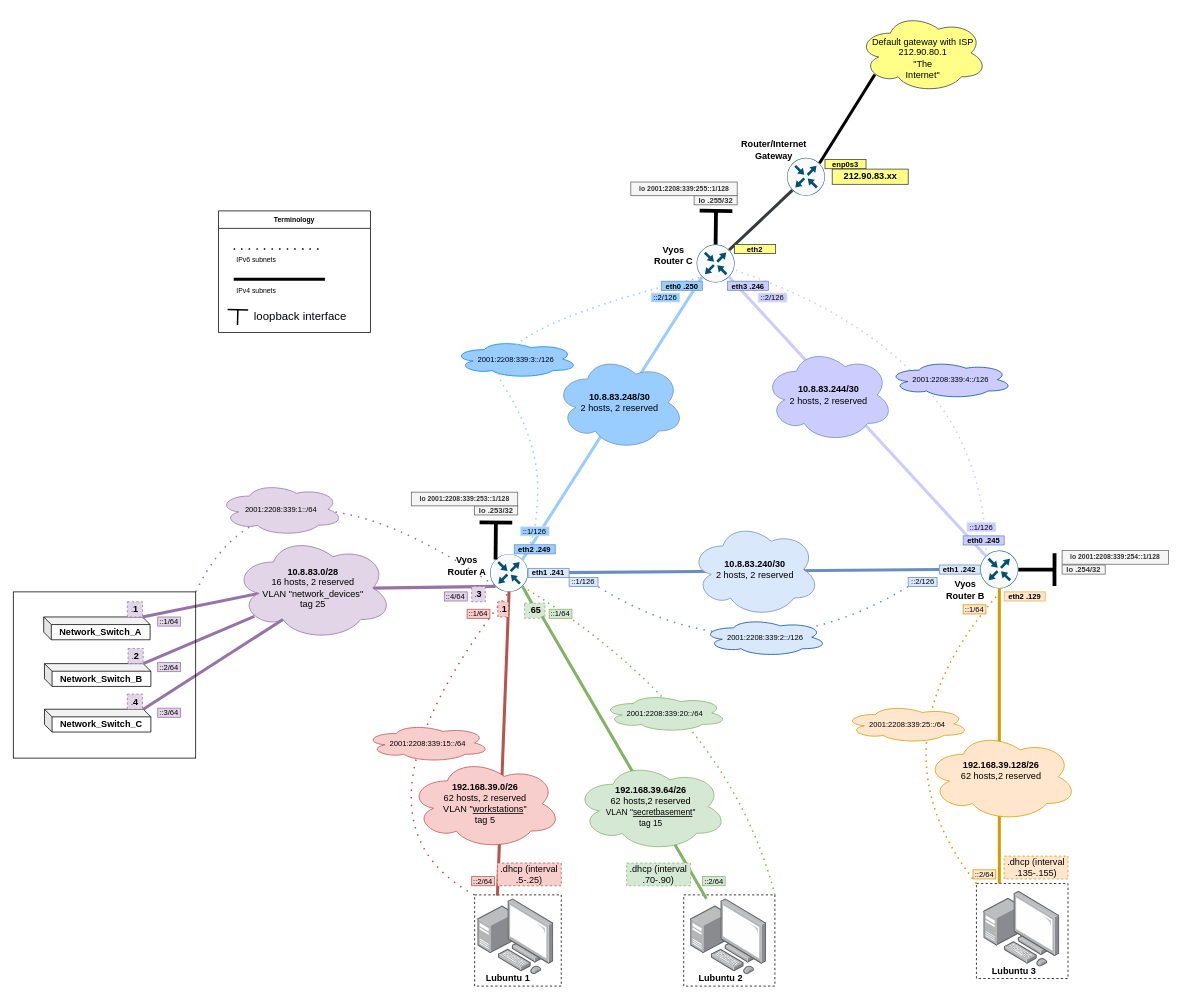
Above: page "Logical Topology" (2 of 4) of documentation/E17/E17NetworkCharts.drawio in Kjersheim/DataNetworksIntro2023 (draw.io), before the change. Source tidied: cells renumbered, new cells numbered last; positions are measured from the earlier drawing's top-left corner, leaving out a move shared by most shapes. Both pictures are drawn from the tidied source at 76%, with x=0, y=0 at pixel (13, 13).
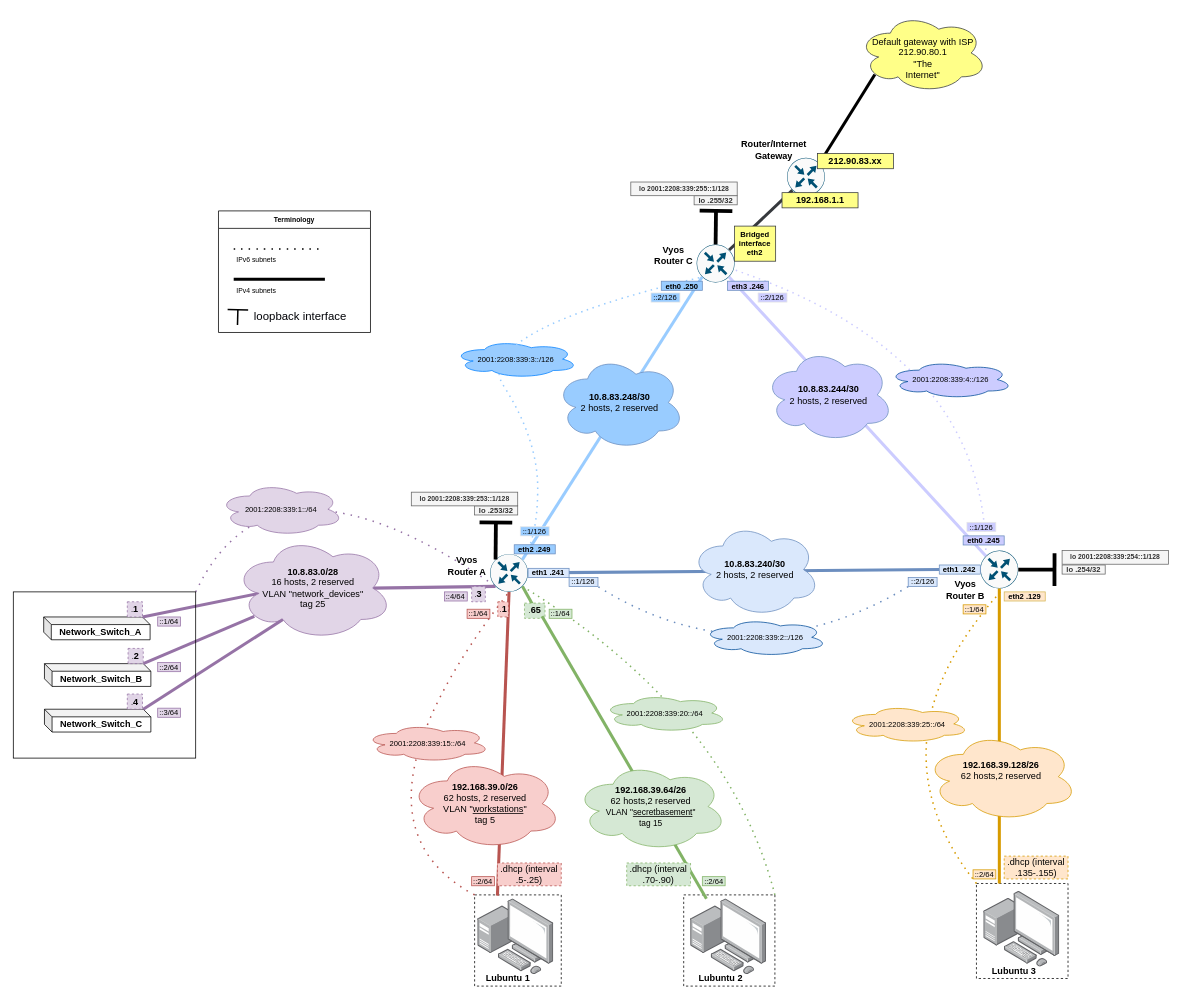
The same diagram, later.

Commit message (it also covers changes not shown here):
E17 Topologies draft updated

Change to the diagram source:
```diff
@@
-    <mxCell id="62" value="eth2" style="text;strokeColor=#36393d;align=center;fillColor=#ffff88;html=1;verticalAlign=middle;whiteSpace=wrap;rounded=0;rotation=0;fontStyle=1;fontSize=10;" parent="1" vertex="1">
-      <mxGeometry x="949.1" y="304.2" width="54" height="12" as="geometry" />
+    <mxCell id="62" value="Bridged interface&lt;br&gt;eth2" style="text;strokeColor=#36393d;align=center;fillColor=#ffff88;html=1;verticalAlign=middle;whiteSpace=wrap;rounded=0;rotation=0;fontStyle=1;fontSize=10;" parent="1" vertex="1">
+      <mxGeometry x="949.1" y="280" width="54" height="46.2" as="geometry" />
     </mxCell>
@@
-    <mxCell id="111" value="enp0s3" style="text;strokeColor=#36393d;align=center;fillColor=#ffff88;html=1;verticalAlign=middle;whiteSpace=wrap;rounded=0;rotation=0;fontStyle=1;fontSize=10;" parent="1" vertex="1">
-      <mxGeometry x="1068" y="192.5" width="54" height="12" as="geometry" />
-    </mxCell>
     <mxCell id="112" value="&lt;b style=&quot;border-color: var(--border-color); color: rgb(0, 0, 0); font-family: Helvetica; font-size: 12px; font-style: normal; font-variant-ligatures: normal; font-variant-caps: normal; letter-spacing: normal; orphans: 2; text-indent: 0px; text-transform: none; widows: 2; word-spacing: 0px; -webkit-text-stroke-width: 0px; text-decoration-thickness: initial; text-decoration-style: initial; text-decoration-color: initial;&quot;&gt;212.90.83.xx&lt;br style=&quot;border-color: var(--border-color);&quot;&gt;&lt;/b&gt;" style="text;whiteSpace=wrap;html=1;fillColor=#ffff88;strokeColor=#36393d;align=center;verticalAlign=middle;" parent="1" vertex="1">
-      <mxGeometry x="1077.5" y="205" width="100" height="20" as="geometry" />
+      <mxGeometry x="1058" y="184.5" width="100" height="20" as="geometry" />
     </mxCell>
+    <mxCell id="113" value="&lt;b style=&quot;border-color: var(--border-color); color: rgb(0, 0, 0); font-family: Helvetica; font-size: 12px; font-style: normal; font-variant-ligatures: normal; font-variant-caps: normal; letter-spacing: normal; orphans: 2; text-indent: 0px; text-transform: none; widows: 2; word-spacing: 0px; -webkit-text-stroke-width: 0px; text-decoration-thickness: initial; text-decoration-style: initial; text-decoration-color: initial;&quot;&gt;192.168.1.1&lt;br style=&quot;border-color: var(--border-color);&quot;&gt;&lt;/b&gt;" style="text;whiteSpace=wrap;html=1;fillColor=#ffff88;strokeColor=#36393d;align=center;verticalAlign=middle;" parent="1" vertex="1">
+      <mxGeometry x="1011.5" y="236" width="100" height="20" as="geometry" />
+    </mxCell>
```
